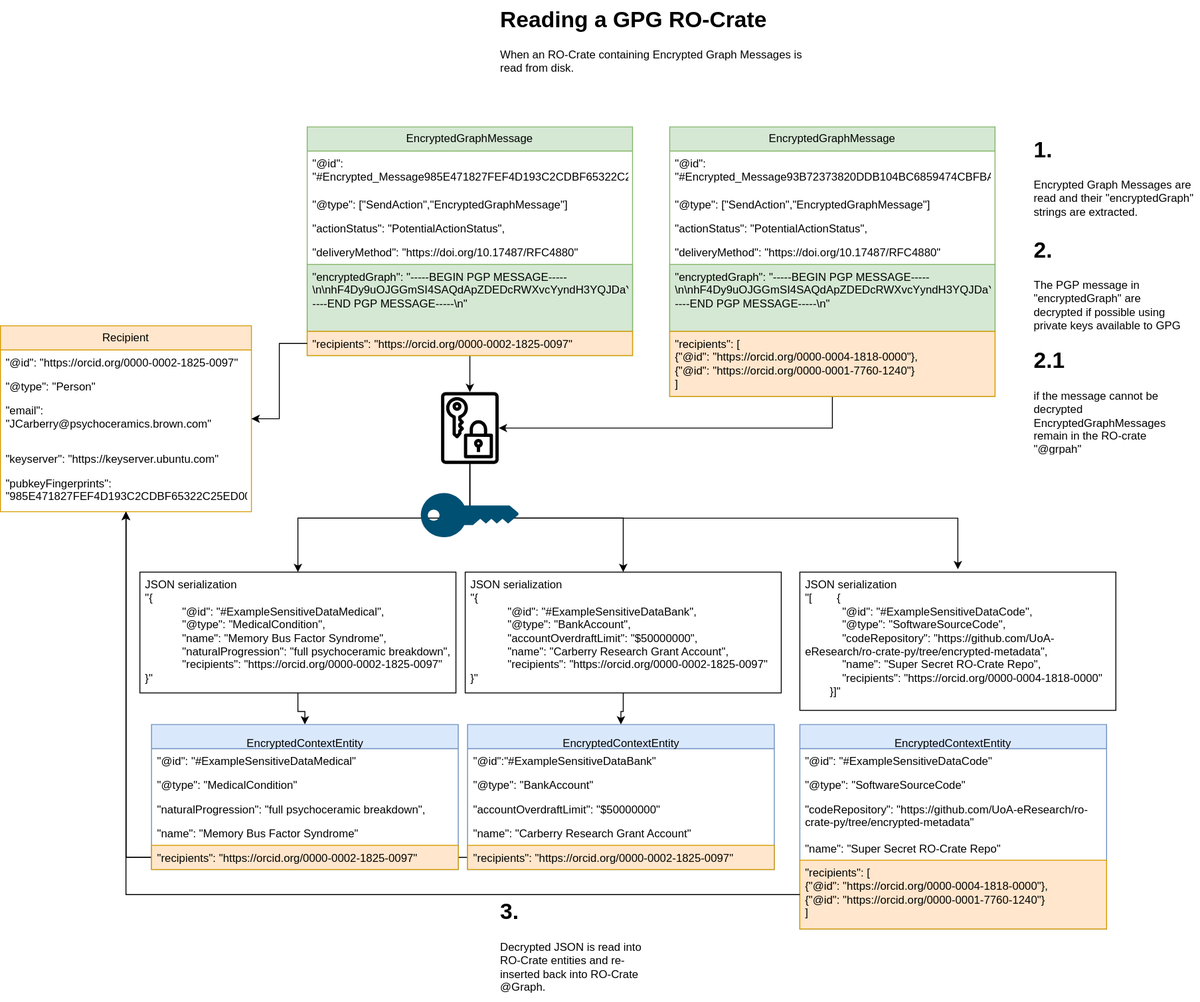
UoA-eResearch/GPG-ro-crate-profile keeps this draw.io diagram as ReadingEncryptedRO-Crate.svg. Above is the earlier version. Source tidied: cells renumbered, new cells last; positions are measured from the earlier drawing's top-left corner, leaving out a move shared by most shapes.
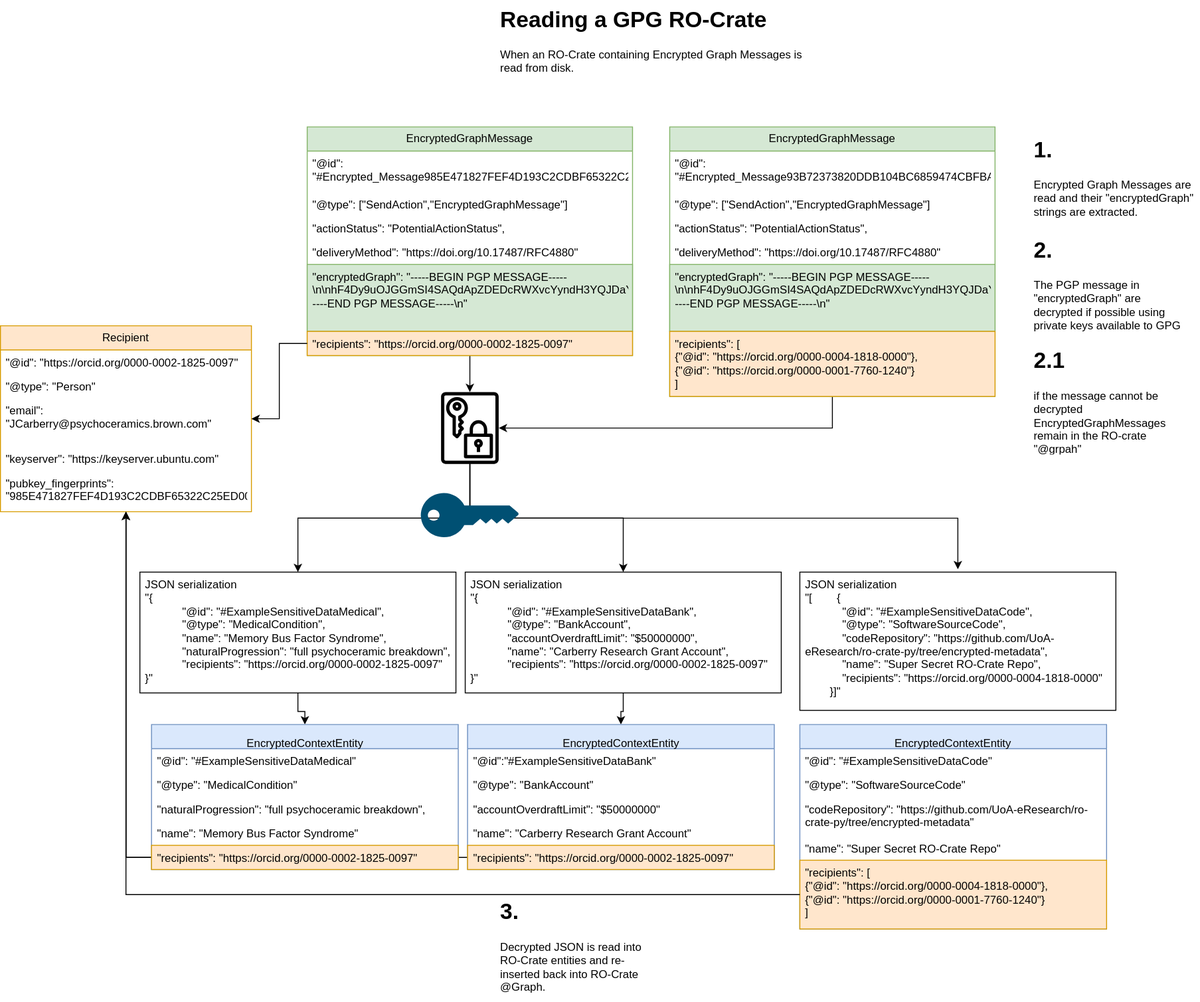
Later version of the same file.

Change to the diagram source:
```diff
@@ -78,7 +78,7 @@
     <mxCell id="24" value="&quot;keyserver&quot;: &quot;https://keyserver.ubuntu.com&quot;" style="text;strokeColor=none;fillColor=none;align=left;verticalAlign=top;spacingLeft=4;spacingRight=4;overflow=hidden;whiteSpace=wrap;html=1;" parent="20" vertex="1">
       <mxGeometry y="130" width="270" height="26" as="geometry" />
     </mxCell>
-    <mxCell id="25" value="&quot;pubkeyFingerprints&quot;: &quot;985E471827FEF4D193C2CDBF65322C25ED00AB00&quot;" style="text;strokeColor=none;fillColor=none;align=left;verticalAlign=top;spacingLeft=4;spacingRight=4;overflow=hidden;whiteSpace=wrap;html=1;" parent="20" vertex="1">
+    <mxCell id="25" value="&quot;pubkey_fingerprints&quot;: &quot;985E471827FEF4D193C2CDBF65322C25ED00AB00&quot;" style="text;strokeColor=none;fillColor=none;align=left;verticalAlign=top;spacingLeft=4;spacingRight=4;overflow=hidden;whiteSpace=wrap;html=1;" parent="20" vertex="1">
       <mxGeometry y="156" width="270" height="44" as="geometry" />
     </mxCell>
     <mxCell id="26" style="group;fontStyle=4;" parent="1" vertex="1">
```
